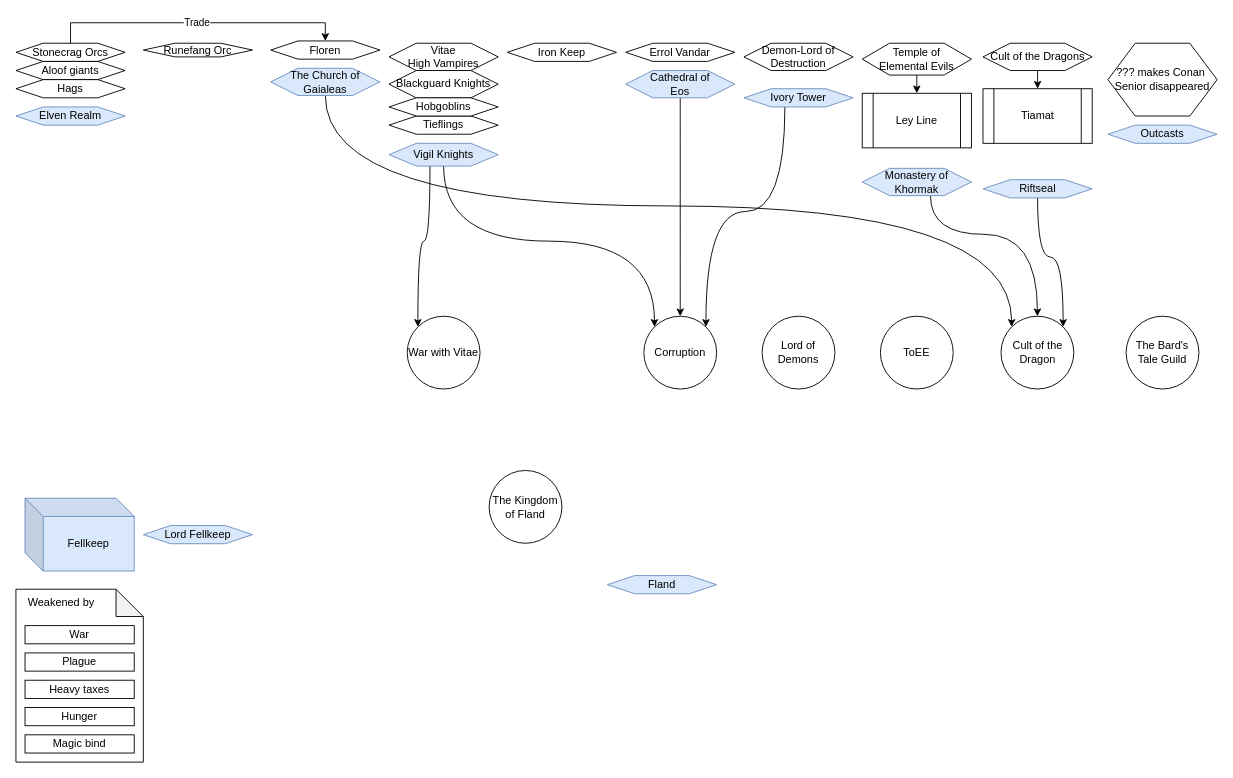
chrisdianru/DND5e keeps this draw.io diagram as page "World" (1 of 5) of Fellkeep.drawio. Above is the earlier version. Source tidied: cells renumbered, new cells numbered last; positions are measured from the earlier drawing's top-left corner, leaving out a move shared by most shapes. Both pictures are drawn from the tidied source at 91%, with x=0, y=0 at pixel (15, 41).
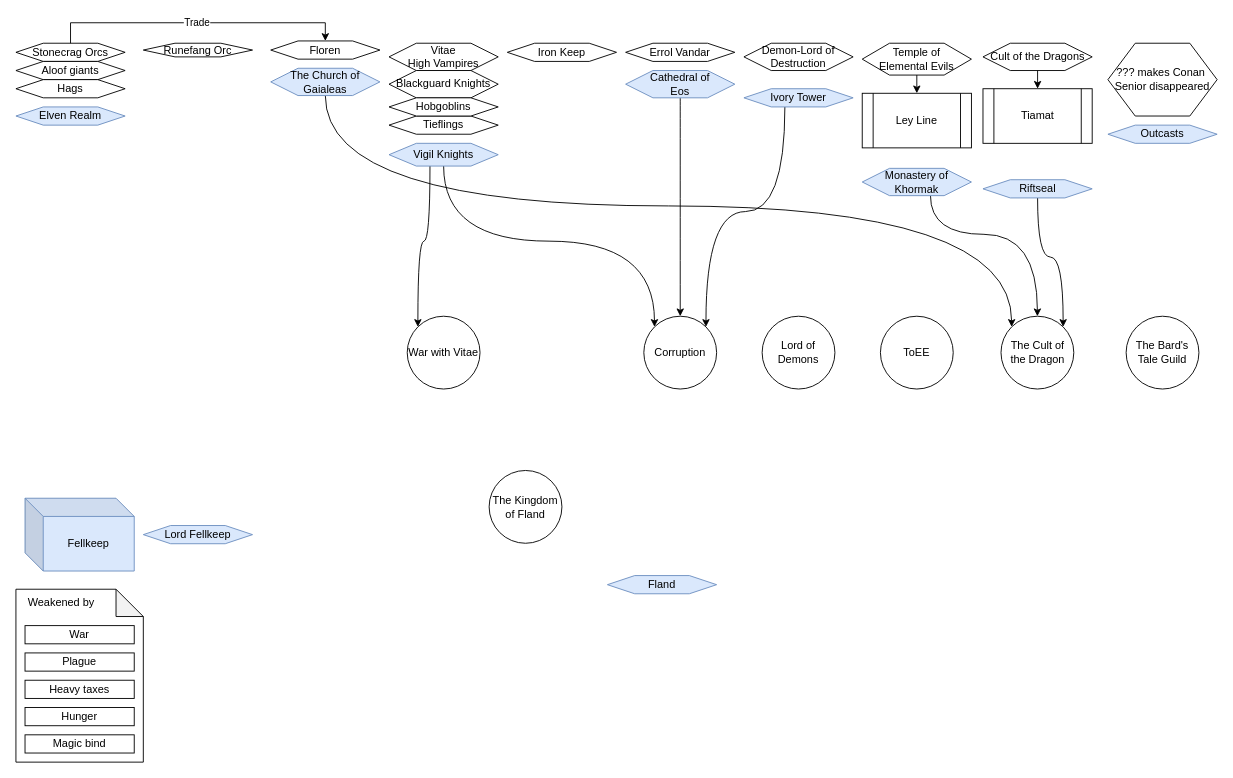
After the change.

What changed in the source:
```diff
@@
-    <mxCell id="58" value="Cult of the Dragon" style="ellipse;whiteSpace=wrap;html=1;" parent="1" vertex="1">
+    <mxCell id="58" value="The Cult of the Dragon" style="ellipse;whiteSpace=wrap;html=1;" parent="1" vertex="1">
       <mxGeometry x="1082.5" y="302" width="80" height="80" as="geometry" />
     </mxCell>
```
